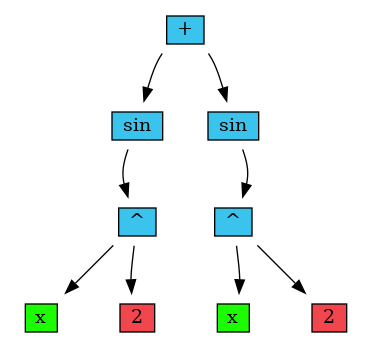
The Graphviz diagram GRAPH_VIZ/gvDiff_func.dot.png in Mikhail038/MY_Differentiator, before a commit. Its source is kept beside it as GRAPH_VIZ/gvDiff_func.dot.
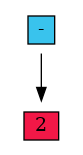
Later version of the same file.

Change to the diagram source:
```diff
@@ -3,19 +3,6 @@
     graph [splines = curved];
     bgcolor = "white";
     node [shape = "plaintext", style = "solid"];
-
-                    node_0x604000000110
-                    [
-                        label=
-                        <
-                        <table border="0" cellborder="1" cellspacing="0">
-                            <tr><td colspan="2" bgcolor = "#39c3ed">
- + </td>
-                            </tr>
-                        </table>
-                        >
-                    ]
-
 
                     node_0x604000000010
                     [
@@ -23,109 +10,24 @@
                         <
                         <table border="0" cellborder="1" cellspacing="0">
                             <tr><td colspan="2" bgcolor = "#39c3ed">
- sin </td>
+ - </td>
                             </tr>
                         </table>
                         >
                     ]
 
-                    node_0x604000000110 -> node_0x604000000010;
-
-                    node_0x604000000090
-                    [
-                        label=
-                        <
-                        <table border="0" cellborder="1" cellspacing="0">
-                            <tr><td colspan="2" bgcolor = "#39c3ed">
- ^ </td>
-                            </tr>
-                        </table>
-                        >
-                    ]
-
-                    node_0x604000000010 -> node_0x604000000090;
 
                     node_0x604000000050
                     [
                         label=
                         <
                         <table border="0" cellborder="1" cellspacing="0">
-                            <tr><td colspan="2" bgcolor = "#1cfc03">
- x </td>
-                            </tr>
-                        </table>
-                        >
-                    ]
-
-                    node_0x604000000090 -> node_0x604000000050;
-
-                    node_0x6040000000d0
-                    [
-                        label=
-                        <
-                        <table border="0" cellborder="1" cellspacing="0">
-                            <tr><td colspan="2" bgcolor = "#f2464f">
+                            <tr><td colspan="2" bgcolor = "#f21847">
  2 </td>
                             </tr>
                         </table>
                         >
                     ]
 
-                    node_0x604000000090 -> node_0x6040000000d0;
-
-                    node_0x604000000150
-                    [
-                        label=
-                        <
-                        <table border="0" cellborder="1" cellspacing="0">
-                            <tr><td colspan="2" bgcolor = "#39c3ed">
- sin </td>
-                            </tr>
-                        </table>
-                        >
-                    ]
-
-                    node_0x604000000110 -> node_0x604000000150;
-
-                    node_0x6040000001d0
-                    [
-                        label=
-                        <
-                        <table border="0" cellborder="1" cellspacing="0">
-                            <tr><td colspan="2" bgcolor = "#39c3ed">
- ^ </td>
-                            </tr>
-                        </table>
-                        >
-                    ]
-
-                    node_0x604000000150 -> node_0x6040000001d0;
-
-                    node_0x604000000190
-                    [
-                        label=
-                        <
-                        <table border="0" cellborder="1" cellspacing="0">
-                            <tr><td colspan="2" bgcolor = "#1cfc03">
- x </td>
-                            </tr>
-                        </table>
-                        >
-                    ]
-
-                    node_0x6040000001d0 -> node_0x604000000190;
-
-                    node_0x604000000210
-                    [
-                        label=
-                        <
-                        <table border="0" cellborder="1" cellspacing="0">
-                            <tr><td colspan="2" bgcolor = "#f2464f">
- 2 </td>
-                            </tr>
-                        </table>
-                        >
-                    ]
-
-                    node_0x6040000001d0 -> node_0x604000000210;
+                    node_0x604000000010 -> node_0x604000000050;
 }
```
